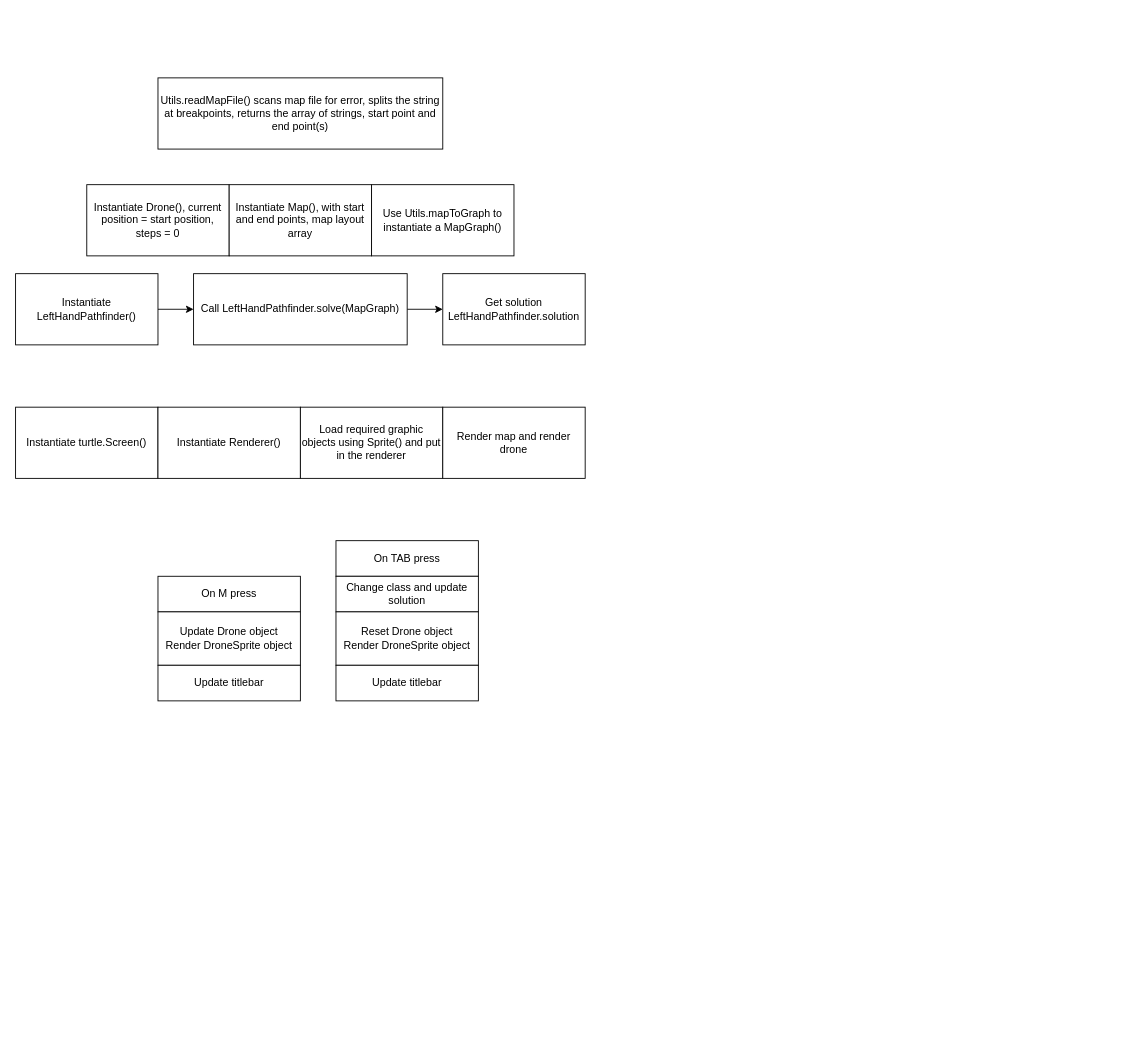
Before: page "Program Logic Flow" (2 of 3) of diagrams/program_diagrams.drawio in junnjiee16/ST1507-DSAA-Maze-Solver, a draw.io diagram. Source tidied: cells renumbered, new cells numbered last; positions are measured from the earlier drawing's top-left corner, leaving out a move shared by most shapes. Both pictures are drawn from the tidied source at 89%, with x=0, y=0 at pixel (15, 77).
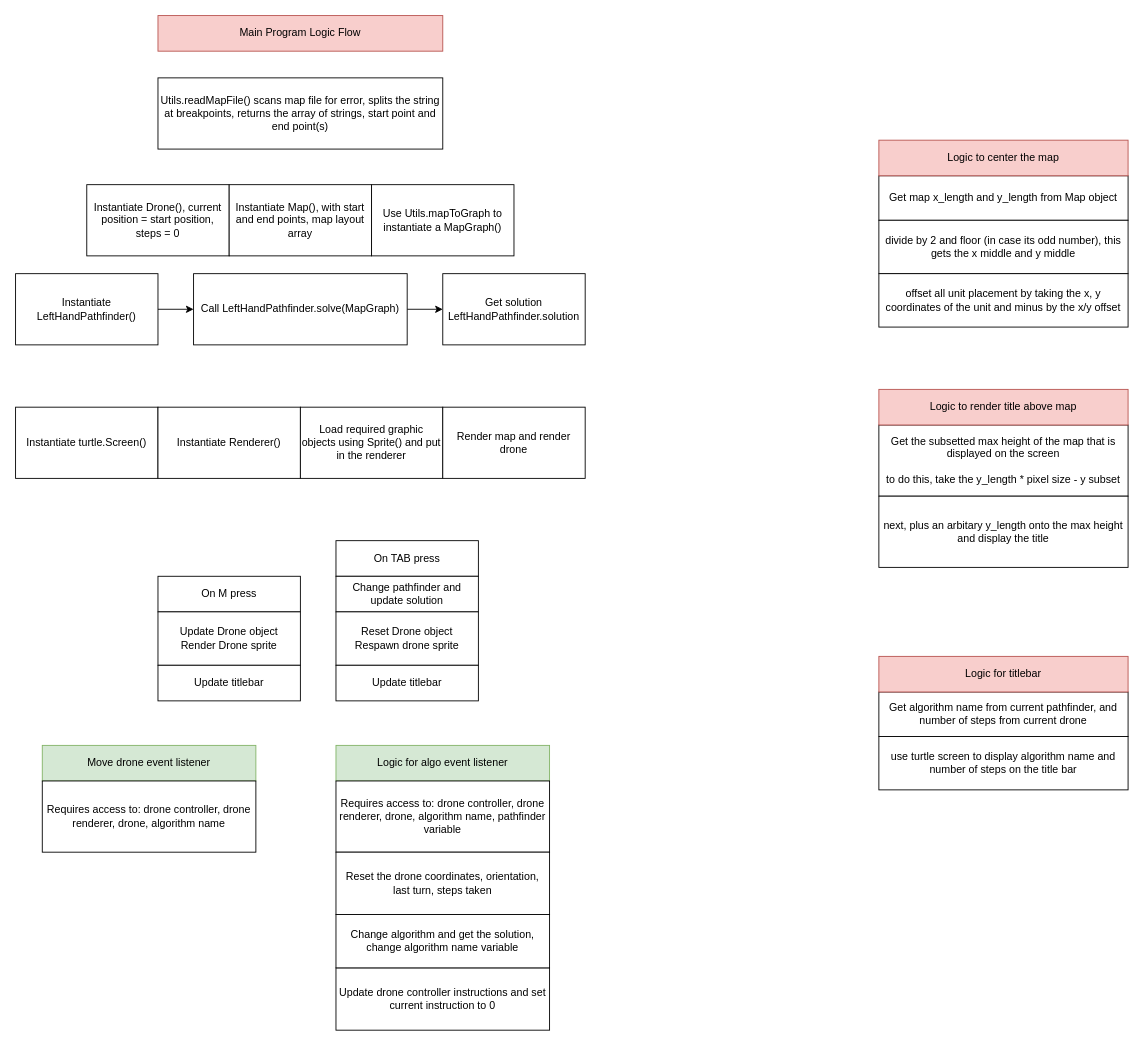
After the change.

The edit, as a diff of the source:
```diff
@@
-    <mxCell id="16" value="Change class and update solution" style="rounded=0;whiteSpace=wrap;html=1;" parent="1" vertex="1">
+    <mxCell id="16" value="Change pathfinder and update solution" style="rounded=0;whiteSpace=wrap;html=1;" parent="1" vertex="1">
       <mxGeometry x="360" y="560" width="160" height="40" as="geometry" />
     </mxCell>
-    <mxCell id="17" value="Reset Drone object&lt;br&gt;Render DroneSprite object" style="rounded=0;whiteSpace=wrap;html=1;" parent="1" vertex="1">
+    <mxCell id="17" value="Reset Drone object&lt;br&gt;Respawn drone sprite" style="rounded=0;whiteSpace=wrap;html=1;" parent="1" vertex="1">
       <mxGeometry x="360" y="600" width="160" height="60" as="geometry" />
     </mxCell>
@@
-    <mxCell id="19" value="Update Drone object&lt;br&gt;Render DroneSprite object" style="rounded=0;whiteSpace=wrap;html=1;" parent="1" vertex="1">
+    <mxCell id="19" value="Update Drone object&lt;br&gt;Render Drone sprite" style="rounded=0;whiteSpace=wrap;html=1;" parent="1" vertex="1">
       <mxGeometry x="160" y="600" width="160" height="60" as="geometry" />
     </mxCell>
@@
+    <mxCell id="22" value="Get map x_length and y_length from Map object" style="rounded=0;whiteSpace=wrap;html=1;" parent="1" vertex="1">
+      <mxGeometry x="970" y="110" width="280" height="50" as="geometry" />
+    </mxCell>
+    <mxCell id="23" value="divide by 2 and floor (in case its odd number), this gets the x middle and y middle" style="rounded=0;whiteSpace=wrap;html=1;" parent="1" vertex="1">
+      <mxGeometry x="970" y="160" width="280" height="60" as="geometry" />
+    </mxCell>
+    <mxCell id="24" value="offset all unit placement by taking the x, y coordinates of the unit and minus by the x/y offset" style="rounded=0;whiteSpace=wrap;html=1;" parent="1" vertex="1">
+      <mxGeometry x="970" y="220" width="280" height="60" as="geometry" />
+    </mxCell>
+    <mxCell id="25" value="Logic to center the map" style="rounded=0;whiteSpace=wrap;html=1;fillColor=#f8cecc;strokeColor=#b85450;" parent="1" vertex="1">
+      <mxGeometry x="970" y="70" width="280" height="40" as="geometry" />
+    </mxCell>
+    <mxCell id="26" value="Main Program Logic Flow" style="rounded=0;whiteSpace=wrap;html=1;fillColor=#f8cecc;strokeColor=#b85450;" parent="1" vertex="1">
+      <mxGeometry x="160" y="-70" width="320" height="40" as="geometry" />
+    </mxCell>
+    <mxCell id="27" value="Get the subsetted max height of the map that is displayed on the screen&lt;br&gt;&lt;br&gt;to do this, take the y_length * pixel size - y subset&lt;br&gt;" style="rounded=0;whiteSpace=wrap;html=1;" parent="1" vertex="1">
+      <mxGeometry x="970" y="390" width="280" height="80" as="geometry" />
+    </mxCell>
+    <mxCell id="28" value="Logic to render title above map" style="rounded=0;whiteSpace=wrap;html=1;fillColor=#f8cecc;strokeColor=#b85450;" parent="1" vertex="1">
+      <mxGeometry x="970" y="350" width="280" height="40" as="geometry" />
+    </mxCell>
+    <mxCell id="29" value="next, plus an arbitary y_length onto the max height and display the title" style="rounded=0;whiteSpace=wrap;html=1;" parent="1" vertex="1">
+      <mxGeometry x="970" y="470" width="280" height="80" as="geometry" />
+    </mxCell>
+    <mxCell id="30" value="Get algorithm name from current pathfinder, and number of steps from current drone" style="rounded=0;whiteSpace=wrap;html=1;" parent="1" vertex="1">
+      <mxGeometry x="970" y="690" width="280" height="50" as="geometry" />
+    </mxCell>
+    <mxCell id="31" value="use turtle screen to display algorithm name and number of steps on the title bar" style="rounded=0;whiteSpace=wrap;html=1;" parent="1" vertex="1">
+      <mxGeometry x="970" y="740" width="280" height="60" as="geometry" />
+    </mxCell>
+    <mxCell id="32" value="Logic for titlebar" style="rounded=0;whiteSpace=wrap;html=1;fillColor=#f8cecc;strokeColor=#b85450;" parent="1" vertex="1">
+      <mxGeometry x="970" y="650" width="280" height="40" as="geometry" />
+    </mxCell>
+    <mxCell id="33" value="Move drone event listener" style="rounded=0;whiteSpace=wrap;html=1;fillColor=#d5e8d4;strokeColor=#82b366;" parent="1" vertex="1">
+      <mxGeometry x="30" y="750" width="240" height="40" as="geometry" />
+    </mxCell>
+    <mxCell id="34" value="Requires access to: drone controller, drone renderer, drone, algorithm name" style="rounded=0;whiteSpace=wrap;html=1;" parent="1" vertex="1">
+      <mxGeometry x="30" y="790" width="240" height="80" as="geometry" />
+    </mxCell>
+    <mxCell id="35" value="Logic for algo event listener" style="rounded=0;whiteSpace=wrap;html=1;fillColor=#d5e8d4;strokeColor=#82b366;" parent="1" vertex="1">
+      <mxGeometry x="360" y="750" width="240" height="40" as="geometry" />
+    </mxCell>
+    <mxCell id="36" value="Requires access to: drone controller, drone renderer, drone, algorithm name, pathfinder variable" style="rounded=0;whiteSpace=wrap;html=1;" parent="1" vertex="1">
+      <mxGeometry x="360" y="790" width="240" height="80" as="geometry" />
+    </mxCell>
+    <mxCell id="37" value="Reset the drone coordinates, orientation, last turn, steps taken" style="rounded=0;whiteSpace=wrap;html=1;" parent="1" vertex="1">
+      <mxGeometry x="360" y="870" width="240" height="70" as="geometry" />
+    </mxCell>
+    <mxCell id="38" value="Update drone controller instructions and set current instruction to 0" style="rounded=0;whiteSpace=wrap;html=1;" parent="1" vertex="1">
+      <mxGeometry x="360" y="1000" width="240" height="70" as="geometry" />
+    </mxCell>
+    <mxCell id="39" value="Change algorithm and get the solution, change algorithm name variable" style="rounded=0;whiteSpace=wrap;html=1;" parent="1" vertex="1">
+      <mxGeometry x="360" y="940" width="240" height="60" as="geometry" />
+    </mxCell>
```
